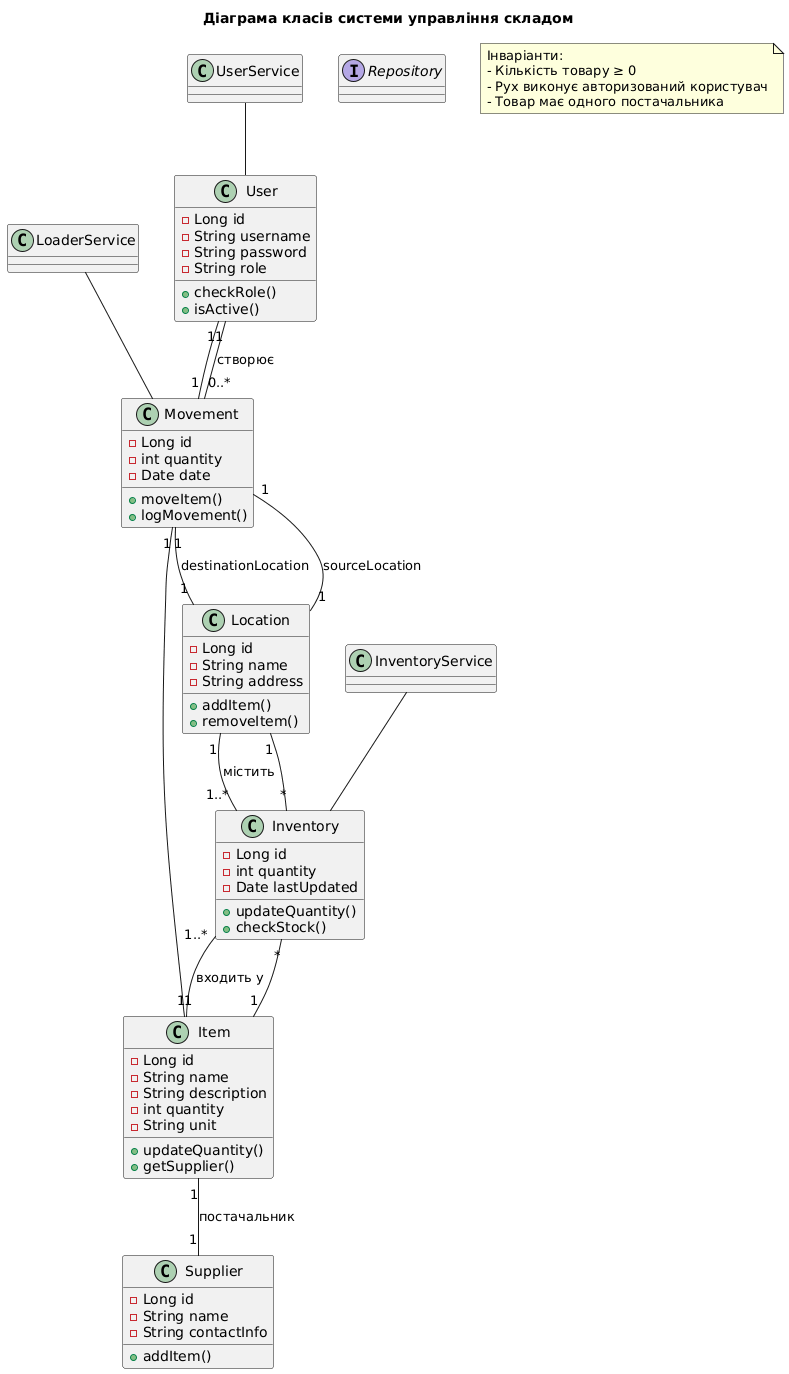
Earlier version of the PlantUML export docs/er-diagram/ClassDiagram.png (86Undertaker86/Inventory). Its diagram source:
```plantuml
@startuml
title Діаграма класів системи управління складом

class User {
  - Long id
  - String username
  - String password
  - String role
  + checkRole()
  + isActive()
}

class Item {
  - Long id
  - String name
  - String description
  - int quantity
  - String unit
  + updateQuantity()
  + getSupplier()
}

class Supplier {
  - Long id
  - String name
  - String contactInfo
  + addItem()
}

class Location {
  - Long id
  - String name
  - String address
  + addItem()
  + removeItem()
}

class Inventory {
  - Long id
  - int quantity
  - Date lastUpdated
  + updateQuantity()
  + checkStock()
}

class Movement {
  - Long id
  - int quantity
  - Date date
  + moveItem()
  + logMovement()
}

class InventoryService
class LoaderService
class UserService
interface Repository

User "1" -- "0..*" Movement : створює
Item "1" -- "1" Supplier : постачальник
Item "1" -- "1..*" Inventory : входить у
Location "1" -- "1..*" Inventory : містить
Inventory "*" -- "1" Item
Inventory "*" -- "1" Location
Movement "1" -- "1" Item
Movement "1" -- "1" User
Movement "1" -- "1" Location : sourceLocation
Movement "1" -- "1" Location : destinationLocation
InventoryService -- Inventory
LoaderService -- Movement
UserService -- User

note "Інваріанти:\n- Кількість товару ≥ 0\n- Рух виконує авторизований користувач\n- Товар має одного постачальника" as N1
@enduml
```
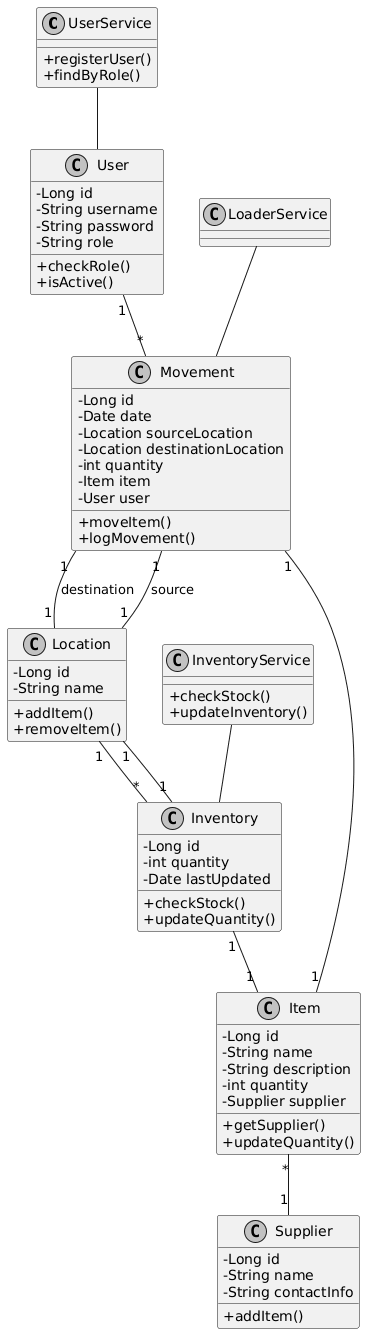
Above is the later version.

What changed in the source:
```diff
@@ -1,5 +1,11 @@
 @startuml
-title Діаграма класів системи управління складом
+skinparam classAttributeIconSize 0
+skinparam monochrome true
+
+class UserService {
+  + registerUser()
+  + findByRole()
+}
 
 class User {
   - Long id
@@ -10,14 +16,49 @@
   + isActive()
 }
 
+class LoaderService {
+}
+
+class Movement {
+  - Long id
+  - Date date
+  - Location sourceLocation
+  - Location destinationLocation
+  - int quantity
+  - Item item
+  - User user
+  + moveItem()
+  + logMovement()
+}
+
+class Location {
+  - Long id
+  - String name
+  + addItem()
+  + removeItem()
+}
+
+class InventoryService {
+  + checkStock()
+  + updateInventory()
+}
+
+class Inventory {
+  - Long id
+  - int quantity
+  - Date lastUpdated
+  + checkStock()
+  + updateQuantity()
+}
+
 class Item {
   - Long id
   - String name
   - String description
   - int quantity
-  - String unit
+  - Supplier supplier
+  + getSupplier()
   + updateQuantity()
-  + getSupplier()
 }
 
 class Supplier {
@@ -27,48 +68,15 @@
   + addItem()
 }
 
-class Location {
-  - Long id
-  - String name
-  - String address
-  + addItem()
-  + removeItem()
-}
-
-class Inventory {
-  - Long id
-  - int quantity
-  - Date lastUpdated
-  + updateQuantity()
-  + checkStock()
-}
-
-class Movement {
-  - Long id
-  - int quantity
-  - Date date
-  + moveItem()
-  + logMovement()
-}
-
-class InventoryService
-class LoaderService
-class UserService
-interface Repository
-
-User "1" -- "0..*" Movement : створює
-Item "1" -- "1" Supplier : постачальник
-Item "1" -- "1..*" Inventory : входить у
-Location "1" -- "1..*" Inventory : містить
-Inventory "*" -- "1" Item
-Inventory "*" -- "1" Location
+UserService -- User
+User "1" -- "*" Movement
+LoaderService -- Movement
 Movement "1" -- "1" Item
-Movement "1" -- "1" User
-Movement "1" -- "1" Location : sourceLocation
-Movement "1" -- "1" Location : destinationLocation
+Movement "1" -- "1" Location : source
+Movement "1" -- "1" Location : destination
+Location "1" -- "*" Inventory
 InventoryService -- Inventory
-LoaderService -- Movement
-UserService -- User
-
-note "Інваріанти:\n- Кількість товару ≥ 0\n- Рух виконує авторизований користувач\n- Товар має одного постачальника" as N1
+Inventory "1" -- "1" Item
+Inventory "1" -- "1" Location
+Item "*" -- "1" Supplier
 @enduml
```
